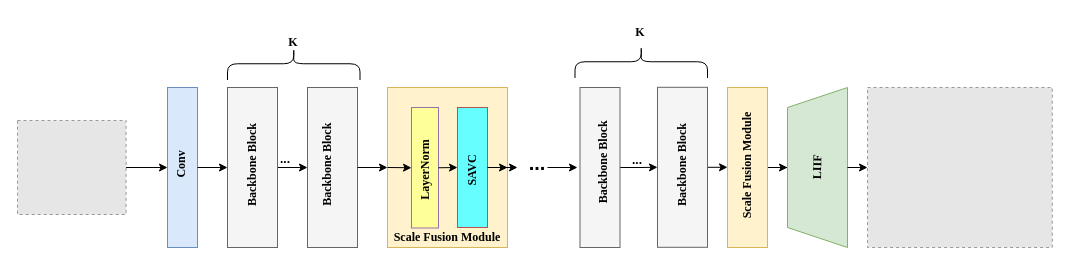
Earlier version of the draw.io diagram 可变形卷积整体模型.drawio (gao131/nlp-beginner). Source tidied: cells renumbered, new cells numbered last; positions are measured from the earlier drawing's top-left corner, leaving out a move shared by most shapes. Both pictures are drawn from the tidied source at 100%, with x=0, y=0 at pixel (17, -5). Pictures stored in the file or linked from it are replaced by grey dashed boxes.
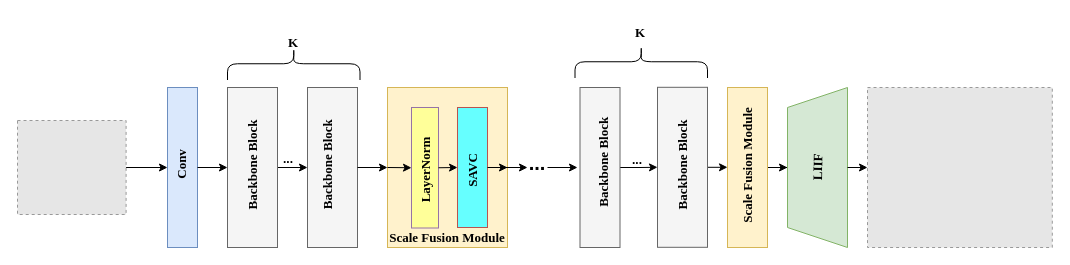
Above is the later version.

Commit message (it also covers changes not shown here):
更新可变形卷积整体模型.drawio

Unchanged cells that the change refers to:
```xml
<mxCell id="10" value="&lt;font style=&quot;font-size: 20px;&quot;&gt;&lt;b&gt;...&lt;/b&gt;&lt;/font&gt;" style="text;html=1;align=center;verticalAlign=middle;whiteSpace=wrap;rounded=0;" parent="1" vertex="1">
  <mxGeometry x="490" y="152" width="60" height="30" as="geometry" />
</mxCell>
```

Diff of the diagram source:
```diff
@@
     <mxCell id="6" value="&lt;b&gt;...&lt;/b&gt;" style="text;html=1;align=center;verticalAlign=middle;whiteSpace=wrap;rounded=0;" parent="1" vertex="1">
-      <mxGeometry x="238" y="149.2" width="60" height="30" as="geometry" />
+      <mxGeometry x="241" y="149.2" width="60" height="30" as="geometry" />
     </mxCell>
@@
-    <mxCell id="8" value="&lt;b&gt;&lt;font face=&quot;Times New Roman&quot;&gt;K&lt;/font&gt;&lt;/b&gt;" style="text;html=1;align=center;verticalAlign=middle;whiteSpace=wrap;rounded=0;" parent="1" vertex="1">
+    <mxCell id="8" value="&lt;b&gt;&lt;font style=&quot;font-size: 13px;&quot; face=&quot;Times New Roman&quot;&gt;K&lt;/font&gt;&lt;/b&gt;" style="text;html=1;align=center;verticalAlign=middle;whiteSpace=wrap;rounded=0;" parent="1" vertex="1">
       <mxGeometry x="246.2" y="32" width="60" height="30" as="geometry" />
     </mxCell>
@@
-    <mxCell id="31" value="&lt;b&gt;&lt;font face=&quot;Times New Roman&quot;&gt;K&lt;/font&gt;&lt;/b&gt;" style="text;html=1;align=center;verticalAlign=middle;whiteSpace=wrap;rounded=0;" parent="1" vertex="1">
+    <mxCell id="31" value="&lt;b&gt;&lt;font style=&quot;font-size: 13px;&quot; face=&quot;Times New Roman&quot;&gt;K&lt;/font&gt;&lt;/b&gt;" style="text;html=1;align=center;verticalAlign=middle;whiteSpace=wrap;rounded=0;" parent="1" vertex="1">
       <mxGeometry x="592.5" y="22" width="60" height="30" as="geometry" />
     </mxCell>
-    <mxCell id="32" value="&lt;b&gt;&lt;font face=&quot;Times New Roman&quot;&gt; Conv&lt;/font&gt;&lt;/b&gt;" style="text;html=1;align=center;verticalAlign=middle;whiteSpace=wrap;rounded=0;rotation=-90;" parent="1" vertex="1">
+    <mxCell id="32" value="&lt;b&gt;&lt;font style=&quot;font-size: 13px;&quot; face=&quot;Times New Roman&quot;&gt; Conv&lt;/font&gt;&lt;/b&gt;" style="text;html=1;align=center;verticalAlign=middle;whiteSpace=wrap;rounded=0;rotation=-90;" parent="1" vertex="1">
       <mxGeometry x="108.6" y="132.5" width="111.2" height="73.5" as="geometry" />
     </mxCell>
-    <mxCell id="33" value="&lt;b&gt;&lt;font face=&quot;Times New Roman&quot;&gt;Backbone Block&lt;/font&gt;&lt;/b&gt;" style="text;html=1;align=center;verticalAlign=middle;whiteSpace=wrap;rounded=0;rotation=-90;" parent="1" vertex="1">
+    <mxCell id="33" value="&lt;b&gt;&lt;font style=&quot;font-size: 13px;&quot; face=&quot;Times New Roman&quot;&gt;Backbone Block&lt;/font&gt;&lt;/b&gt;" style="text;html=1;align=center;verticalAlign=middle;whiteSpace=wrap;rounded=0;rotation=-90;" parent="1" vertex="1">
       <mxGeometry x="162.5" y="160" width="145" height="20" as="geometry" />
     </mxCell>
-    <mxCell id="34" value="&lt;b&gt;&lt;font face=&quot;Times New Roman&quot;&gt;Backbone Block&lt;/font&gt;&lt;/b&gt;" style="text;html=1;align=center;verticalAlign=middle;whiteSpace=wrap;rounded=0;rotation=-90;" parent="1" vertex="1">
+    <mxCell id="34" value="&lt;b&gt;&lt;font style=&quot;font-size: 13px;&quot; face=&quot;Times New Roman&quot;&gt;Backbone Block&lt;/font&gt;&lt;/b&gt;" style="text;html=1;align=center;verticalAlign=middle;whiteSpace=wrap;rounded=0;rotation=-90;" parent="1" vertex="1">
       <mxGeometry x="238" y="159.2" width="145" height="20" as="geometry" />
     </mxCell>
-    <mxCell id="35" value="&lt;b&gt;&lt;font face=&quot;Times New Roman&quot;&gt;LayerNorm&lt;/font&gt;&lt;/b&gt;" style="text;html=1;align=center;verticalAlign=middle;whiteSpace=wrap;rounded=0;rotation=-90;" parent="1" vertex="1">
+    <mxCell id="35" value="&lt;b&gt;&lt;font style=&quot;font-size: 13px;&quot; face=&quot;Times New Roman&quot;&gt;LayerNorm&lt;/font&gt;&lt;/b&gt;" style="text;html=1;align=center;verticalAlign=middle;whiteSpace=wrap;rounded=0;rotation=-90;" parent="1" vertex="1">
       <mxGeometry x="377.5" y="160" width="60" height="30" as="geometry" />
     </mxCell>
-    <mxCell id="36" value="&lt;b&gt;&lt;font face=&quot;Times New Roman&quot;&gt;Backbone Block&lt;/font&gt;&lt;/b&gt;" style="text;html=1;align=center;verticalAlign=middle;whiteSpace=wrap;rounded=0;rotation=-90;" parent="1" vertex="1">
+    <mxCell id="36" value="&lt;b&gt;&lt;font style=&quot;font-size: 13px;&quot; face=&quot;Times New Roman&quot;&gt;Backbone Block&lt;/font&gt;&lt;/b&gt;" style="text;html=1;align=center;verticalAlign=middle;whiteSpace=wrap;rounded=0;rotation=-90;" parent="1" vertex="1">
       <mxGeometry x="513.8" y="157" width="145" height="20" as="geometry" />
     </mxCell>
-    <mxCell id="37" value="&lt;b&gt;&lt;font face=&quot;Times New Roman&quot;&gt;Backbone Block&lt;/font&gt;&lt;/b&gt;" style="text;html=1;align=center;verticalAlign=middle;whiteSpace=wrap;rounded=0;rotation=-90;" parent="1" vertex="1">
+    <mxCell id="37" value="&lt;b&gt;&lt;font style=&quot;font-size: 13px;&quot; face=&quot;Times New Roman&quot;&gt;Backbone Block&lt;/font&gt;&lt;/b&gt;" style="text;html=1;align=center;verticalAlign=middle;whiteSpace=wrap;rounded=0;rotation=-90;" parent="1" vertex="1">
       <mxGeometry x="592.5" y="160" width="145" height="20" as="geometry" />
     </mxCell>
-    <mxCell id="38" value="&lt;b&gt;&lt;font face=&quot;Times New Roman&quot;&gt;LIIF&lt;/font&gt;&lt;/b&gt;" style="text;html=1;align=center;verticalAlign=middle;whiteSpace=wrap;rounded=0;rotation=-89;" parent="1" vertex="1">
+    <mxCell id="38" value="&lt;b&gt;&lt;font style=&quot;font-size: 13px;&quot; face=&quot;Times New Roman&quot;&gt;LIIF&lt;/font&gt;&lt;/b&gt;" style="text;html=1;align=center;verticalAlign=middle;whiteSpace=wrap;rounded=0;rotation=-89;" parent="1" vertex="1">
       <mxGeometry x="770" y="156.8" width="60" height="30" as="geometry" />
     </mxCell>
-    <mxCell id="39" value="&lt;b&gt;&lt;font face=&quot;Times New Roman&quot;&gt;SAVC&lt;/font&gt;&lt;/b&gt;" style="text;html=1;align=center;verticalAlign=middle;whiteSpace=wrap;rounded=0;rotation=-90;" parent="1" vertex="1">
+    <mxCell id="39" value="&lt;b&gt;&lt;font style=&quot;font-size: 13px;&quot; face=&quot;Times New Roman&quot;&gt;SAVC&lt;/font&gt;&lt;/b&gt;" style="text;html=1;align=center;verticalAlign=middle;whiteSpace=wrap;rounded=0;rotation=-90;" parent="1" vertex="1">
       <mxGeometry x="406" y="160" width="98" height="30" as="geometry" />
     </mxCell>
-    <mxCell id="40" value="&lt;b&gt;&lt;font face=&quot;Times New Roman&quot;&gt;Scale Fusion Module&lt;/font&gt;&lt;/b&gt;" style="text;html=1;align=center;verticalAlign=middle;whiteSpace=wrap;rounded=0;" parent="1" vertex="1">
+    <mxCell id="40" value="&lt;b&gt;&lt;font style=&quot;font-size: 13px;&quot; face=&quot;Times New Roman&quot;&gt;Scale Fusion Module&lt;/font&gt;&lt;/b&gt;" style="text;html=1;align=center;verticalAlign=middle;whiteSpace=wrap;rounded=0;" parent="1" vertex="1">
       <mxGeometry x="355" y="232" width="150" height="20" as="geometry" />
     </mxCell>
@@
-    <mxCell id="42" style="endArrow=classic;html=1;rounded=0;entryX=0.167;entryY=0.667;entryDx=0;entryDy=0;entryPerimeter=0;" parent="1" edge="1" target="10">
+    <mxCell id="42" style="endArrow=classic;html=1;rounded=0;" parent="1" edge="1">
       <mxGeometry relative="1" as="geometry">
         <mxPoint x="480" y="172" as="sourcePoint" />
+        <mxPoint x="510" y="172" as="targetPoint" />
       </mxGeometry>
     </mxCell>
-    <mxCell id="43" value="&lt;b&gt;&lt;font face=&quot;Times New Roman&quot;&gt;Scale Fusion Module&lt;/font&gt;&lt;/b&gt;" style="text;html=1;align=center;verticalAlign=middle;whiteSpace=wrap;rounded=0;rotation=-90;" parent="1" vertex="1">
+    <mxCell id="43" value="&lt;b&gt;&lt;font style=&quot;font-size: 13px;&quot; face=&quot;Times New Roman&quot;&gt;Scale Fusion Module&lt;/font&gt;&lt;/b&gt;" style="text;html=1;align=center;verticalAlign=middle;whiteSpace=wrap;rounded=0;rotation=-90;" parent="1" vertex="1">
       <mxGeometry x="655" y="160" width="150" height="20" as="geometry" />
     </mxCell>
```
